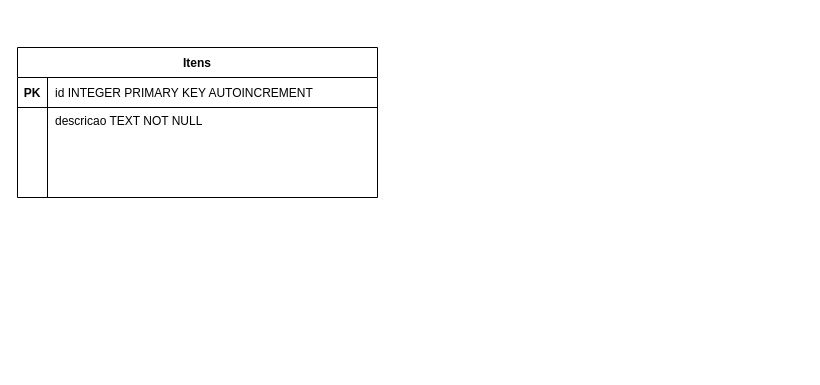
Earlier version of the draw.io diagram back-end/projects/SGE/Diagrama ER - SGE.drawio (diguima/cursos). Source tidied: cells renumbered, new cells numbered last; positions are measured from the earlier drawing's top-left corner, leaving out a move shared by most shapes. Both pictures are drawn from the tidied source at 100%, with x=0, y=0 at pixel (17, 47).
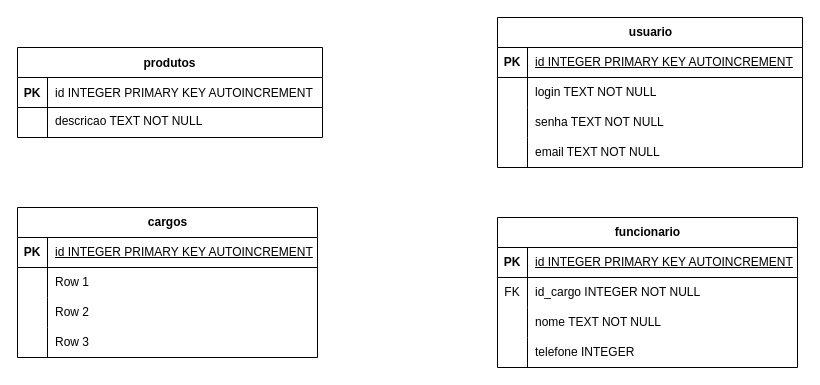
Above is the later version.

Change to the diagram source:
```diff
@@
-    <mxCell id="2" value="Itens" style="shape=table;startSize=30;childLayout=tableLayout;rowLines=0;fontStyle=1;align=center;" parent="1" vertex="1">
-      <mxGeometry width="360" height="150" as="geometry" />
+    <mxCell id="2" value="produtos" style="shape=table;startSize=30;childLayout=tableLayout;rowLines=0;fontStyle=1;align=center;" parent="1" vertex="1">
+      <mxGeometry width="305" height="90" as="geometry" />
     </mxCell>
     <mxCell id="3" style="shape=partialRectangle;fillColor=none;top=0;left=0;right=0;bottom=1;" parent="2" vertex="1">
-      <mxGeometry y="30" width="360" height="30" as="geometry" />
+      <mxGeometry y="30" width="305" height="30" as="geometry" />
     </mxCell>
@@
     <mxCell id="5" value="id INTEGER PRIMARY KEY AUTOINCREMENT" style="shape=partialRectangle;overflow=hidden;fillColor=none;top=0;left=0;bottom=0;right=0;align=left;spacingLeft=6;fontStyle=0;" parent="3" vertex="1">
-      <mxGeometry x="30" width="330" height="30" as="geometry" />
+      <mxGeometry x="30" width="275" height="30" as="geometry" />
     </mxCell>
     <mxCell id="6" style="shape=partialRectangle;fillColor=none;top=0;left=0;right=0;bottom=0;" parent="2" vertex="1">
-      <mxGeometry y="60" width="360" height="90" as="geometry" />
+      <mxGeometry y="60" width="305" height="30" as="geometry" />
     </mxCell>
     <mxCell id="7" style="shape=partialRectangle;overflow=hidden;fillColor=none;top=0;left=0;bottom=0;right=0;" parent="6" vertex="1">
-      <mxGeometry width="30" height="90" as="geometry" />
+      <mxGeometry width="30" height="30" as="geometry" />
     </mxCell>
-    <mxCell id="8" value="descricao TEXT NOT NULL&#10;&#10;" style="shape=partialRectangle;overflow=hidden;fillColor=none;top=0;left=0;bottom=0;right=0;align=left;spacingLeft=6;verticalAlign=top;" parent="6" vertex="1">
-      <mxGeometry x="30" width="330" height="90" as="geometry" />
+    <mxCell id="8" value="descricao TEXT NOT NULL&#10;" style="shape=partialRectangle;overflow=hidden;fillColor=none;top=0;left=0;bottom=0;right=0;align=left;spacingLeft=6;verticalAlign=top;colspan=1;" parent="6" vertex="1">
+      <mxGeometry x="30" width="275" height="30" as="geometry" />
     </mxCell>
+    <mxCell id="9" value="usuario" style="shape=table;startSize=30;childLayout=tableLayout;rowLines=0;fontStyle=1;align=center;html=1;" parent="1" vertex="1">
+      <mxGeometry x="480" y="-30" width="305" height="150" as="geometry" />
+    </mxCell>
+    <mxCell id="10" style="shape=tableRow;horizontal=0;startSize=0;swimlaneHead=0;swimlaneBody=0;fillColor=none;top=0;left=0;right=0;bottom=1;" parent="9" vertex="1">
+      <mxGeometry y="30" width="305" height="30" as="geometry" />
+    </mxCell>
+    <mxCell id="11" value="PK" style="shape=partialRectangle;fillColor=none;top=0;left=0;bottom=0;right=0;fontStyle=1;overflow=hidden;whiteSpace=wrap;html=1;" parent="10" vertex="1">
+      <mxGeometry width="30" height="30" as="geometry" />
+    </mxCell>
+    <mxCell id="12" value="&lt;span style=&quot;font-weight: 400; text-wrap-mode: nowrap;&quot;&gt;id&amp;nbsp;INTEGER PRIMARY KEY AUTOINCREMENT&lt;/span&gt;" style="shape=partialRectangle;fillColor=none;top=0;left=0;bottom=0;right=0;align=left;spacingLeft=6;fontStyle=5;overflow=hidden;whiteSpace=wrap;html=1;" parent="10" vertex="1">
+      <mxGeometry x="30" width="275" height="30" as="geometry" />
+    </mxCell>
+    <mxCell id="13" style="shape=tableRow;horizontal=0;startSize=0;swimlaneHead=0;swimlaneBody=0;fillColor=none;top=0;left=0;right=0;bottom=0;" parent="9" vertex="1">
+      <mxGeometry y="60" width="305" height="30" as="geometry" />
+    </mxCell>
+    <mxCell id="14" style="shape=partialRectangle;fillColor=none;top=0;left=0;bottom=0;right=0;overflow=hidden;whiteSpace=wrap;html=1;" parent="13" vertex="1">
+      <mxGeometry width="30" height="30" as="geometry" />
+    </mxCell>
+    <mxCell id="15" value="login TEXT NOT NULL" style="shape=partialRectangle;fillColor=none;top=0;left=0;bottom=0;right=0;align=left;spacingLeft=6;overflow=hidden;whiteSpace=wrap;html=1;" parent="13" vertex="1">
+      <mxGeometry x="30" width="275" height="30" as="geometry" />
+    </mxCell>
+    <mxCell id="16" style="shape=tableRow;horizontal=0;startSize=0;swimlaneHead=0;swimlaneBody=0;fillColor=none;top=0;left=0;right=0;bottom=0;" parent="9" vertex="1">
+      <mxGeometry y="90" width="305" height="30" as="geometry" />
+    </mxCell>
+    <mxCell id="17" style="shape=partialRectangle;fillColor=none;top=0;left=0;bottom=0;right=0;overflow=hidden;whiteSpace=wrap;html=1;" parent="16" vertex="1">
+      <mxGeometry width="30" height="30" as="geometry" />
+    </mxCell>
+    <mxCell id="18" value="senha TEXT NOT NULL" style="shape=partialRectangle;fillColor=none;top=0;left=0;bottom=0;right=0;align=left;spacingLeft=6;overflow=hidden;whiteSpace=wrap;html=1;" parent="16" vertex="1">
+      <mxGeometry x="30" width="275" height="30" as="geometry" />
+    </mxCell>
+    <mxCell id="19" style="shape=tableRow;horizontal=0;startSize=0;swimlaneHead=0;swimlaneBody=0;fillColor=none;top=0;left=0;right=0;bottom=0;" parent="9" vertex="1">
+      <mxGeometry y="120" width="305" height="30" as="geometry" />
+    </mxCell>
+    <mxCell id="20" style="shape=partialRectangle;fillColor=none;top=0;left=0;bottom=0;right=0;overflow=hidden;whiteSpace=wrap;html=1;" parent="19" vertex="1">
+      <mxGeometry width="30" height="30" as="geometry" />
+    </mxCell>
+    <mxCell id="21" value="email TEXT NOT NULL" style="shape=partialRectangle;fillColor=none;top=0;left=0;bottom=0;right=0;align=left;spacingLeft=6;overflow=hidden;whiteSpace=wrap;html=1;" parent="19" vertex="1">
+      <mxGeometry x="30" width="275" height="30" as="geometry" />
+    </mxCell>
+    <mxCell id="22" value="funcionario" style="shape=table;startSize=30;childLayout=tableLayout;rowLines=0;fontStyle=1;align=center;html=1;" parent="1" vertex="1">
+      <mxGeometry x="480" y="170" width="300" height="150" as="geometry" />
+    </mxCell>
+    <mxCell id="23" style="shape=tableRow;horizontal=0;startSize=0;swimlaneHead=0;swimlaneBody=0;fillColor=none;top=0;left=0;right=0;bottom=1;" parent="22" vertex="1">
+      <mxGeometry y="30" width="300" height="30" as="geometry" />
+    </mxCell>
+    <mxCell id="24" value="PK" style="shape=partialRectangle;fillColor=none;top=0;left=0;bottom=0;right=0;fontStyle=1;overflow=hidden;whiteSpace=wrap;html=1;" parent="23" vertex="1">
+      <mxGeometry width="30" height="30" as="geometry" />
+    </mxCell>
+    <mxCell id="25" value="&lt;span style=&quot;font-weight: 400; text-wrap-mode: nowrap;&quot;&gt;id&amp;nbsp;INTEGER PRIMARY KEY AUTOINCREMENT&lt;/span&gt;" style="shape=partialRectangle;fillColor=none;top=0;left=0;bottom=0;right=0;align=left;spacingLeft=6;fontStyle=5;overflow=hidden;whiteSpace=wrap;html=1;" parent="23" vertex="1">
+      <mxGeometry x="30" width="270" height="30" as="geometry" />
+    </mxCell>
+    <mxCell id="26" style="shape=tableRow;horizontal=0;startSize=0;swimlaneHead=0;swimlaneBody=0;fillColor=none;top=0;left=0;right=0;bottom=0;" parent="22" vertex="1">
+      <mxGeometry y="60" width="300" height="30" as="geometry" />
+    </mxCell>
+    <mxCell id="27" value="FK" style="shape=partialRectangle;fillColor=none;top=0;left=0;bottom=0;right=0;overflow=hidden;whiteSpace=wrap;html=1;" parent="26" vertex="1">
+      <mxGeometry width="30" height="30" as="geometry" />
+    </mxCell>
+    <mxCell id="28" value="id_cargo INTEGER NOT NULL" style="shape=partialRectangle;fillColor=none;top=0;left=0;bottom=0;right=0;align=left;spacingLeft=6;overflow=hidden;whiteSpace=wrap;html=1;" parent="26" vertex="1">
+      <mxGeometry x="30" width="270" height="30" as="geometry" />
+    </mxCell>
+    <mxCell id="29" style="shape=tableRow;horizontal=0;startSize=0;swimlaneHead=0;swimlaneBody=0;fillColor=none;top=0;left=0;right=0;bottom=0;" parent="22" vertex="1">
+      <mxGeometry y="90" width="300" height="30" as="geometry" />
+    </mxCell>
+    <mxCell id="30" style="shape=partialRectangle;fillColor=none;top=0;left=0;bottom=0;right=0;overflow=hidden;whiteSpace=wrap;html=1;" parent="29" vertex="1">
+      <mxGeometry width="30" height="30" as="geometry" />
+    </mxCell>
+    <mxCell id="31" value="nome TEXT NOT NULL" style="shape=partialRectangle;fillColor=none;top=0;left=0;bottom=0;right=0;align=left;spacingLeft=6;overflow=hidden;whiteSpace=wrap;html=1;" parent="29" vertex="1">
+      <mxGeometry x="30" width="270" height="30" as="geometry" />
+    </mxCell>
+    <mxCell id="32" style="shape=tableRow;horizontal=0;startSize=0;swimlaneHead=0;swimlaneBody=0;fillColor=none;top=0;left=0;right=0;bottom=0;" parent="22" vertex="1">
+      <mxGeometry y="120" width="300" height="30" as="geometry" />
+    </mxCell>
+    <mxCell id="33" style="shape=partialRectangle;fillColor=none;top=0;left=0;bottom=0;right=0;overflow=hidden;whiteSpace=wrap;html=1;" parent="32" vertex="1">
+      <mxGeometry width="30" height="30" as="geometry" />
+    </mxCell>
+    <mxCell id="34" value="telefone INTEGER" style="shape=partialRectangle;fillColor=none;top=0;left=0;bottom=0;right=0;align=left;spacingLeft=6;overflow=hidden;whiteSpace=wrap;html=1;" parent="32" vertex="1">
+      <mxGeometry x="30" width="270" height="30" as="geometry" />
+    </mxCell>
+    <mxCell id="35" value="cargos" style="shape=table;startSize=30;childLayout=tableLayout;rowLines=0;fontStyle=1;align=center;html=1;" parent="1" vertex="1">
+      <mxGeometry y="160" width="300" height="150" as="geometry" />
+    </mxCell>
+    <mxCell id="36" style="shape=tableRow;horizontal=0;startSize=0;swimlaneHead=0;swimlaneBody=0;fillColor=none;top=0;left=0;right=0;bottom=1;" parent="35" vertex="1">
+      <mxGeometry y="30" width="300" height="30" as="geometry" />
+    </mxCell>
+    <mxCell id="37" value="PK" style="shape=partialRectangle;fillColor=none;top=0;left=0;bottom=0;right=0;fontStyle=1;overflow=hidden;whiteSpace=wrap;html=1;" parent="36" vertex="1">
+      <mxGeometry width="30" height="30" as="geometry" />
+    </mxCell>
+    <mxCell id="38" value="&lt;span style=&quot;font-weight: 400; text-wrap-mode: nowrap;&quot;&gt;id&amp;nbsp;INTEGER PRIMARY KEY AUTOINCREMENT&lt;/span&gt;" style="shape=partialRectangle;fillColor=none;top=0;left=0;bottom=0;right=0;align=left;spacingLeft=6;fontStyle=5;overflow=hidden;whiteSpace=wrap;html=1;" parent="36" vertex="1">
+      <mxGeometry x="30" width="270" height="30" as="geometry" />
+    </mxCell>
+    <mxCell id="39" style="shape=tableRow;horizontal=0;startSize=0;swimlaneHead=0;swimlaneBody=0;fillColor=none;top=0;left=0;right=0;bottom=0;" parent="35" vertex="1">
+      <mxGeometry y="60" width="300" height="30" as="geometry" />
+    </mxCell>
+    <mxCell id="40" style="shape=partialRectangle;fillColor=none;top=0;left=0;bottom=0;right=0;overflow=hidden;whiteSpace=wrap;html=1;" parent="39" vertex="1">
+      <mxGeometry width="30" height="30" as="geometry" />
+    </mxCell>
+    <mxCell id="41" value="Row 1" style="shape=partialRectangle;fillColor=none;top=0;left=0;bottom=0;right=0;align=left;spacingLeft=6;overflow=hidden;whiteSpace=wrap;html=1;" parent="39" vertex="1">
+      <mxGeometry x="30" width="270" height="30" as="geometry" />
+    </mxCell>
+    <mxCell id="42" style="shape=tableRow;horizontal=0;startSize=0;swimlaneHead=0;swimlaneBody=0;fillColor=none;top=0;left=0;right=0;bottom=0;" parent="35" vertex="1">
+      <mxGeometry y="90" width="300" height="30" as="geometry" />
+    </mxCell>
+    <mxCell id="43" style="shape=partialRectangle;fillColor=none;top=0;left=0;bottom=0;right=0;overflow=hidden;whiteSpace=wrap;html=1;" parent="42" vertex="1">
+      <mxGeometry width="30" height="30" as="geometry" />
+    </mxCell>
+    <mxCell id="44" value="Row 2" style="shape=partialRectangle;fillColor=none;top=0;left=0;bottom=0;right=0;align=left;spacingLeft=6;overflow=hidden;whiteSpace=wrap;html=1;" parent="42" vertex="1">
+      <mxGeometry x="30" width="270" height="30" as="geometry" />
+    </mxCell>
+    <mxCell id="45" style="shape=tableRow;horizontal=0;startSize=0;swimlaneHead=0;swimlaneBody=0;fillColor=none;top=0;left=0;right=0;bottom=0;" parent="35" vertex="1">
+      <mxGeometry y="120" width="300" height="30" as="geometry" />
+    </mxCell>
+    <mxCell id="46" style="shape=partialRectangle;fillColor=none;top=0;left=0;bottom=0;right=0;overflow=hidden;whiteSpace=wrap;html=1;" parent="45" vertex="1">
+      <mxGeometry width="30" height="30" as="geometry" />
+    </mxCell>
+    <mxCell id="47" value="Row 3" style="shape=partialRectangle;fillColor=none;top=0;left=0;bottom=0;right=0;align=left;spacingLeft=6;overflow=hidden;whiteSpace=wrap;html=1;" parent="45" vertex="1">
+      <mxGeometry x="30" width="270" height="30" as="geometry" />
+    </mxCell>
```
